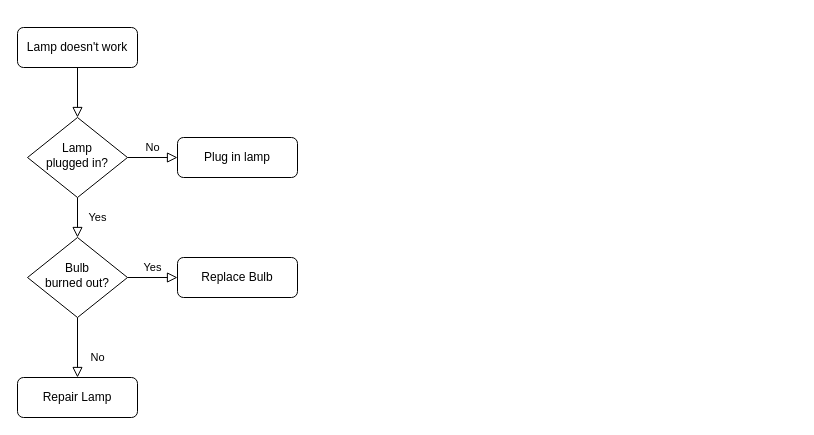
Before: 未命名绘图.drawio in Math-lover/Javase__EXP, a draw.io diagram. Source tidied: cells renumbered, new cells numbered last; positions are measured from the earlier drawing's top-left corner, leaving out a move shared by most shapes. Both pictures are drawn from the tidied source at 100%, with x=0, y=0 at pixel (17, 27).
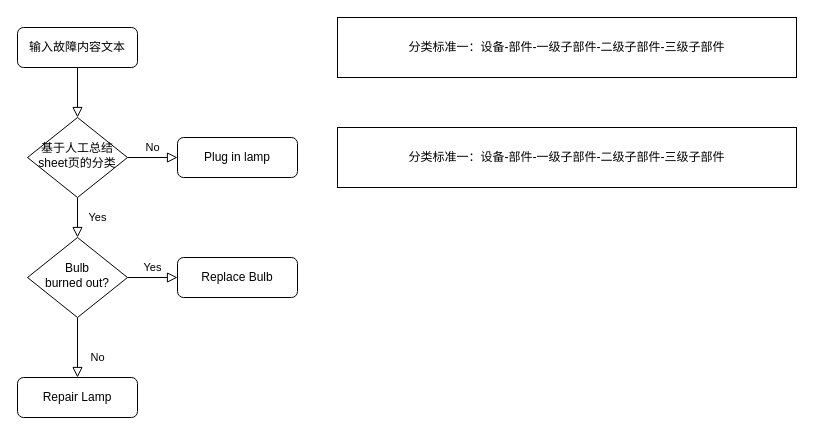
The same diagram, later.

Commit message:
故障内容标准化.drawio

Diff of the diagram source:
```diff
@@
 <mxGraphModel>
   <root>
     <mxCell id="0" />
     <mxCell id="1" parent="0" />
     <mxCell id="2" style="rounded=0;html=1;jettySize=auto;fontSize=11;endArrow=block;endFill=0;endSize=8;strokeWidth=1;shadow=0;labelBackgroundColor=none;edgeStyle=orthogonalEdgeStyle;" parent="1" edge="1" source="3" target="6">
       <mxGeometry relative="1" as="geometry" />
     </mxCell>
-    <mxCell id="3" value="Lamp doesn't work" style="rounded=1;whiteSpace=wrap;html=1;fontSize=12;glass=0;strokeWidth=1;shadow=0;" parent="1" vertex="1">
+    <mxCell id="3" value="输入故障内容文本" style="rounded=1;whiteSpace=wrap;html=1;fontSize=12;glass=0;strokeWidth=1;shadow=0;" parent="1" vertex="1">
       <mxGeometry width="120" height="40" as="geometry" />
     </mxCell>
     <mxCell id="4" value="Yes" style="rounded=0;html=1;jettySize=auto;fontSize=11;endArrow=block;endFill=0;endSize=8;strokeWidth=1;shadow=0;labelBackgroundColor=none;edgeStyle=orthogonalEdgeStyle;" parent="1" edge="1" source="6" target="10">
       <mxGeometry y="20" relative="1" as="geometry" />
     </mxCell>
     <mxCell id="5" value="No" style="edgeStyle=orthogonalEdgeStyle;rounded=0;html=1;jettySize=auto;fontSize=11;endArrow=block;endFill=0;endSize=8;strokeWidth=1;shadow=0;labelBackgroundColor=none;" parent="1" edge="1" source="6" target="7">
       <mxGeometry y="10" relative="1" as="geometry" />
     </mxCell>
-    <mxCell id="6" value="Lamp&lt;br&gt;plugged in?" style="rhombus;whiteSpace=wrap;html=1;shadow=0;fontFamily=Helvetica;fontSize=12;align=center;strokeWidth=1;spacing=6;spacingTop=-4;" parent="1" vertex="1">
+    <mxCell id="6" value="基于人工总结sheet页的分类" style="rhombus;whiteSpace=wrap;html=1;shadow=0;fontFamily=Helvetica;fontSize=12;align=center;strokeWidth=1;spacing=6;spacingTop=-4;" parent="1" vertex="1">
       <mxGeometry x="10" y="90" width="100" height="80" as="geometry" />
     </mxCell>
     <mxCell id="7" value="Plug in lamp" style="rounded=1;whiteSpace=wrap;html=1;fontSize=12;glass=0;strokeWidth=1;shadow=0;" parent="1" vertex="1">
       <mxGeometry x="160" y="110" width="120" height="40" as="geometry" />
     </mxCell>
     <mxCell id="8" value="No" style="rounded=0;html=1;jettySize=auto;fontSize=11;endArrow=block;endFill=0;endSize=8;strokeWidth=1;shadow=0;labelBackgroundColor=none;edgeStyle=orthogonalEdgeStyle;" parent="1" edge="1" source="10" target="11">
       <mxGeometry x="0.33" y="20" relative="1" as="geometry" />
     </mxCell>
     <mxCell id="9" value="Yes" style="edgeStyle=orthogonalEdgeStyle;rounded=0;html=1;jettySize=auto;fontSize=11;endArrow=block;endFill=0;endSize=8;strokeWidth=1;shadow=0;labelBackgroundColor=none;" parent="1" edge="1" source="10" target="12">
       <mxGeometry y="10" relative="1" as="geometry" />
     </mxCell>
     <mxCell id="10" value="Bulb&lt;br&gt;burned out?" style="rhombus;whiteSpace=wrap;html=1;shadow=0;fontFamily=Helvetica;fontSize=12;align=center;strokeWidth=1;spacing=6;spacingTop=-4;" parent="1" vertex="1">
       <mxGeometry x="10" y="210" width="100" height="80" as="geometry" />
     </mxCell>
     <mxCell id="11" value="Repair Lamp" style="rounded=1;whiteSpace=wrap;html=1;fontSize=12;glass=0;strokeWidth=1;shadow=0;" parent="1" vertex="1">
       <mxGeometry y="350" width="120" height="40" as="geometry" />
     </mxCell>
     <mxCell id="12" value="Replace Bulb" style="rounded=1;whiteSpace=wrap;html=1;fontSize=12;glass=0;strokeWidth=1;shadow=0;" parent="1" vertex="1">
       <mxGeometry x="160" y="230" width="120" height="40" as="geometry" />
     </mxCell>
+    <mxCell id="13" value="分类标准一：设备-部件-一级子部件-二级子部件-三级子部件" style="rounded=0;whiteSpace=wrap;html=1;" parent="1" vertex="1">
+      <mxGeometry x="320" y="100" width="459" height="60" as="geometry" />
+    </mxCell>
+    <mxCell id="14" value="分类标准一：设备-部件-一级子部件-二级子部件-三级子部件" style="rounded=0;whiteSpace=wrap;html=1;" parent="1" vertex="1">
+      <mxGeometry x="320" y="-10" width="459" height="60" as="geometry" />
+    </mxCell>
   </root>
 </mxGraphModel>
```
